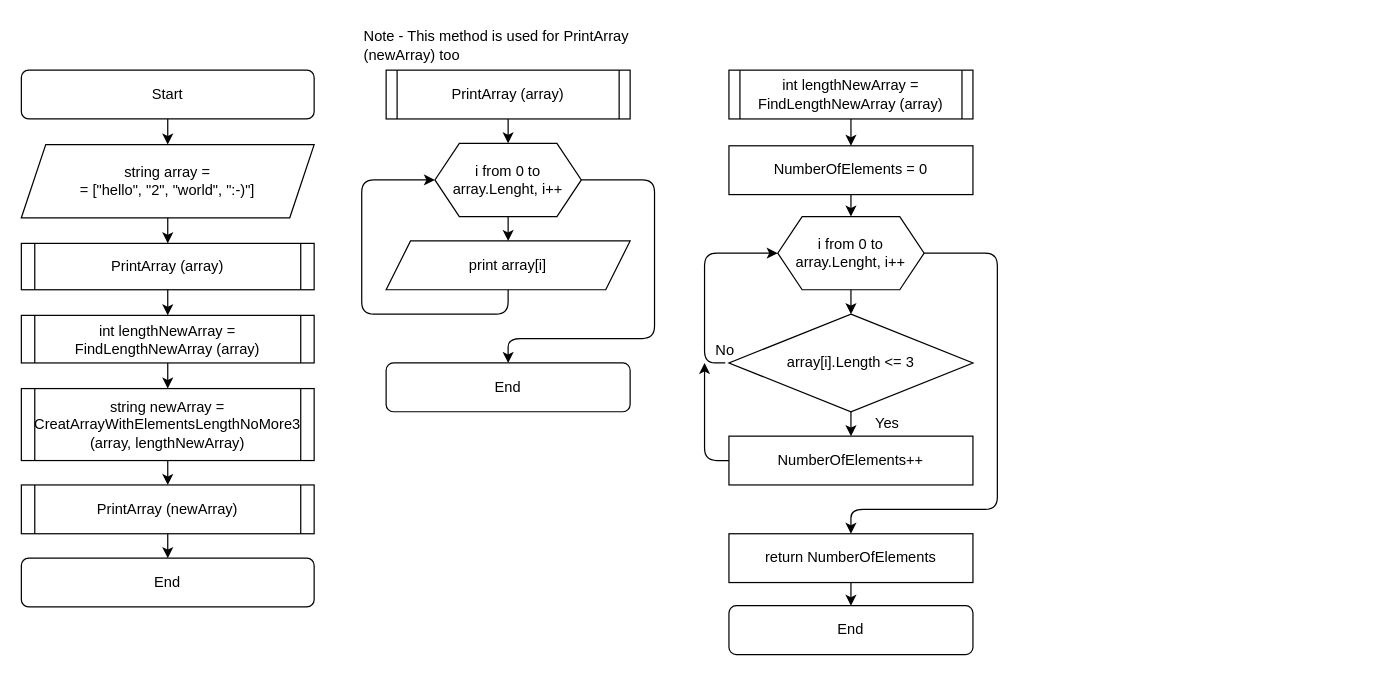
Above: block diagram.drawio in TonyKorolev/Main-Test (draw.io), before the change. Source tidied: cells renumbered, new cells numbered last; positions are measured from the earlier drawing's top-left corner, leaving out a move shared by most shapes. Both pictures are drawn from the tidied source at 122%, with x=0, y=0 at pixel (21, 21).
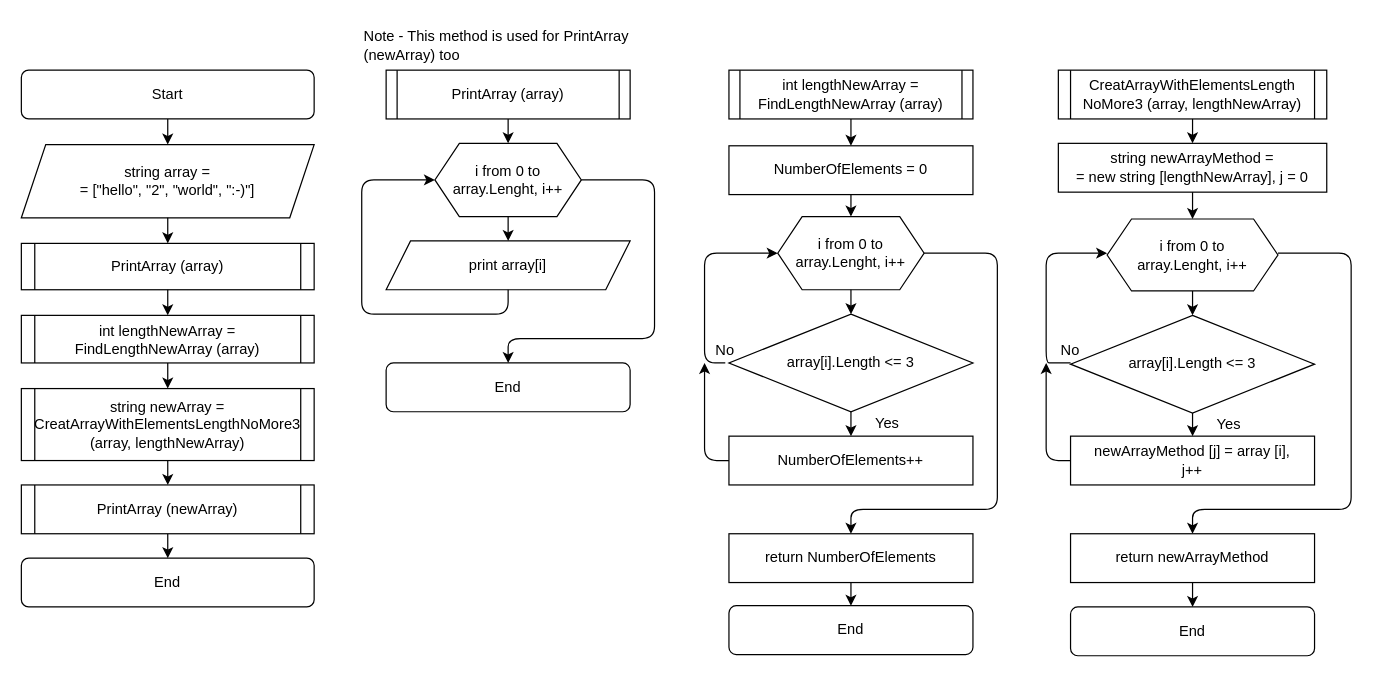
The same diagram, later.

Change to the diagram source:
```diff
@@
+    <mxCell id="41" value="CreatArrayWithElementsLength&lt;br&gt;NoMore3 (array, lengthNewArray)" style="shape=process;whiteSpace=wrap;html=1;backgroundOutline=1;size=0.045454545454545456;" parent="1" vertex="1">
+      <mxGeometry x="850" y="40" width="220" height="40" as="geometry" />
+    </mxCell>
+    <mxCell id="42" value="&lt;span&gt;i from 0 to &lt;br&gt;array.Lenght, i++&lt;/span&gt;" style="shape=hexagon;perimeter=hexagonPerimeter2;whiteSpace=wrap;html=1;fixedSize=1;" parent="1" vertex="1">
+      <mxGeometry x="890" y="162" width="140" height="59" as="geometry" />
+    </mxCell>
+    <mxCell id="43" value="string newArrayMethod = &lt;br&gt;= new string [lengthNewArray], j = 0" style="rounded=0;whiteSpace=wrap;html=1;" parent="1" vertex="1">
+      <mxGeometry x="850" y="100" width="220" height="40" as="geometry" />
+    </mxCell>
+    <mxCell id="44" value="array[i].Length &amp;lt;= 3" style="rhombus;whiteSpace=wrap;html=1;" parent="1" vertex="1">
+      <mxGeometry x="860" y="241" width="200" height="80" as="geometry" />
+    </mxCell>
+    <mxCell id="45" value="newArrayMethod [j] = array [i],&lt;br&gt;j++" style="rounded=0;whiteSpace=wrap;html=1;" parent="1" vertex="1">
+      <mxGeometry x="860" y="340" width="200" height="40" as="geometry" />
+    </mxCell>
+    <mxCell id="46" value="Yes" style="text;html=1;strokeColor=none;fillColor=none;align=center;verticalAlign=middle;whiteSpace=wrap;rounded=0;" parent="1" vertex="1">
+      <mxGeometry x="970" y="321" width="40" height="20" as="geometry" />
+    </mxCell>
+    <mxCell id="47" style="endArrow=classic;html=1;exitX=0.5;exitY=1;exitDx=0;exitDy=0;entryX=0.5;entryY=0;entryDx=0;entryDy=0;" parent="1" edge="1" source="41" target="43">
+      <mxGeometry relative="1" as="geometry" />
+    </mxCell>
+    <mxCell id="48" style="endArrow=classic;html=1;exitX=0.5;exitY=1;exitDx=0;exitDy=0;entryX=0.5;entryY=0;entryDx=0;entryDy=0;" parent="1" edge="1" source="43" target="42">
+      <mxGeometry relative="1" as="geometry" />
+    </mxCell>
+    <mxCell id="49" style="endArrow=classic;html=1;exitX=0.5;exitY=1;exitDx=0;exitDy=0;entryX=0.5;entryY=0;entryDx=0;entryDy=0;" parent="1" edge="1" source="42" target="44">
+      <mxGeometry relative="1" as="geometry" />
+    </mxCell>
+    <mxCell id="50" value="No" style="text;html=1;strokeColor=none;fillColor=none;align=center;verticalAlign=middle;whiteSpace=wrap;rounded=0;" parent="1" vertex="1">
+      <mxGeometry x="840" y="260" width="40" height="20" as="geometry" />
+    </mxCell>
+    <mxCell id="51" style="endArrow=classic;html=1;entryX=0;entryY=0.5;entryDx=0;entryDy=0;exitX=0.5;exitY=1;exitDx=0;exitDy=0;" parent="1" edge="1" source="50">
+      <mxGeometry relative="1" as="geometry">
+        <mxPoint x="890" y="190" as="targetPoint" />
+        <Array as="points">
+          <mxPoint x="850" y="280" />
+          <mxPoint x="840" y="280" />
+          <mxPoint x="840" y="240" />
+          <mxPoint x="840" y="190" />
+        </Array>
+      </mxGeometry>
+    </mxCell>
+    <mxCell id="52" style="endArrow=classic;html=1;exitX=0.5;exitY=1;exitDx=0;exitDy=0;entryX=0.5;entryY=0;entryDx=0;entryDy=0;" parent="1" edge="1" source="44" target="45">
+      <mxGeometry relative="1" as="geometry" />
+    </mxCell>
+    <mxCell id="53" style="endArrow=classic;html=1;exitX=0;exitY=0.5;exitDx=0;exitDy=0;" parent="1" edge="1" source="45">
+      <mxGeometry relative="1" as="geometry">
+        <mxPoint x="840" y="280" as="targetPoint" />
+        <Array as="points">
+          <mxPoint x="840" y="360" />
+        </Array>
+      </mxGeometry>
+    </mxCell>
+    <mxCell id="54" value="return newArrayMethod" style="rounded=0;whiteSpace=wrap;html=1;" parent="1" vertex="1">
+      <mxGeometry x="860" y="420" width="200" height="40" as="geometry" />
+    </mxCell>
+    <mxCell id="55" style="endArrow=classic;html=1;exitX=1;exitY=0.5;exitDx=0;exitDy=0;entryX=0.5;entryY=0;entryDx=0;entryDy=0;" parent="1" edge="1" target="54">
+      <mxGeometry relative="1" as="geometry">
+        <mxPoint x="1030" y="190" as="sourcePoint" />
+        <Array as="points">
+          <mxPoint x="1090" y="190" />
+          <mxPoint x="1090" y="400" />
+          <mxPoint x="960" y="400" />
+        </Array>
+      </mxGeometry>
+    </mxCell>
+    <mxCell id="56" value="End" style="rounded=1;whiteSpace=wrap;html=1;" parent="1" vertex="1">
+      <mxGeometry x="860" y="480" width="200" height="40" as="geometry" />
+    </mxCell>
+    <mxCell id="57" style="endArrow=classic;html=1;exitX=0.5;exitY=1;exitDx=0;exitDy=0;entryX=0.5;entryY=0;entryDx=0;entryDy=0;" parent="1" edge="1" source="54" target="56">
+      <mxGeometry relative="1" as="geometry" />
+    </mxCell>
```
